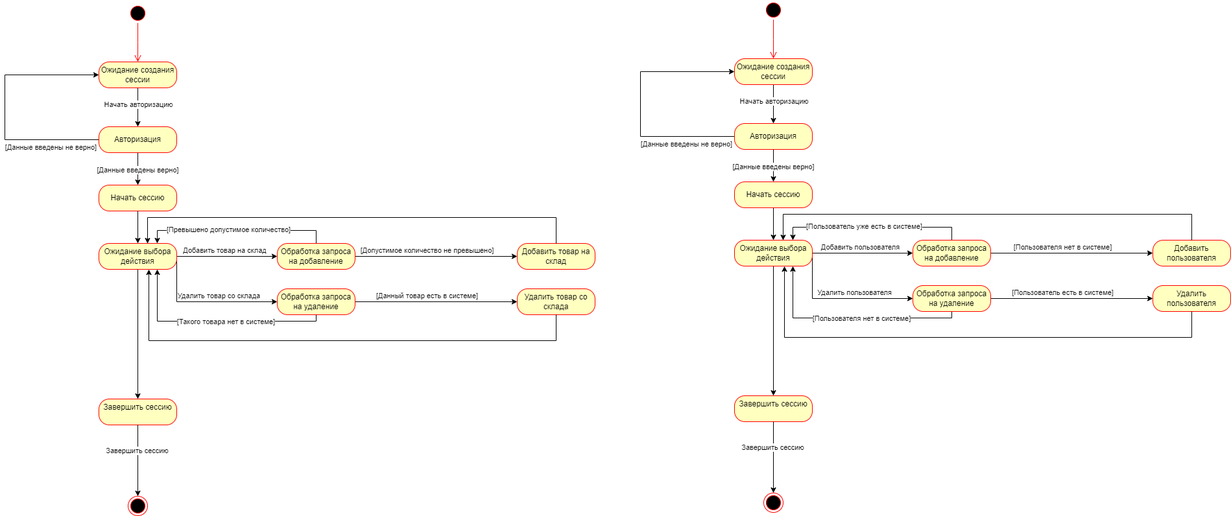
Above: lab03/auto-diagram.png in MstislavRomanovski/UML (draw.io), before the change. Source tidied: cells renumbered, new cells last; positions are measured from the earlier drawing's top-left corner, leaving out a move shared by most shapes.
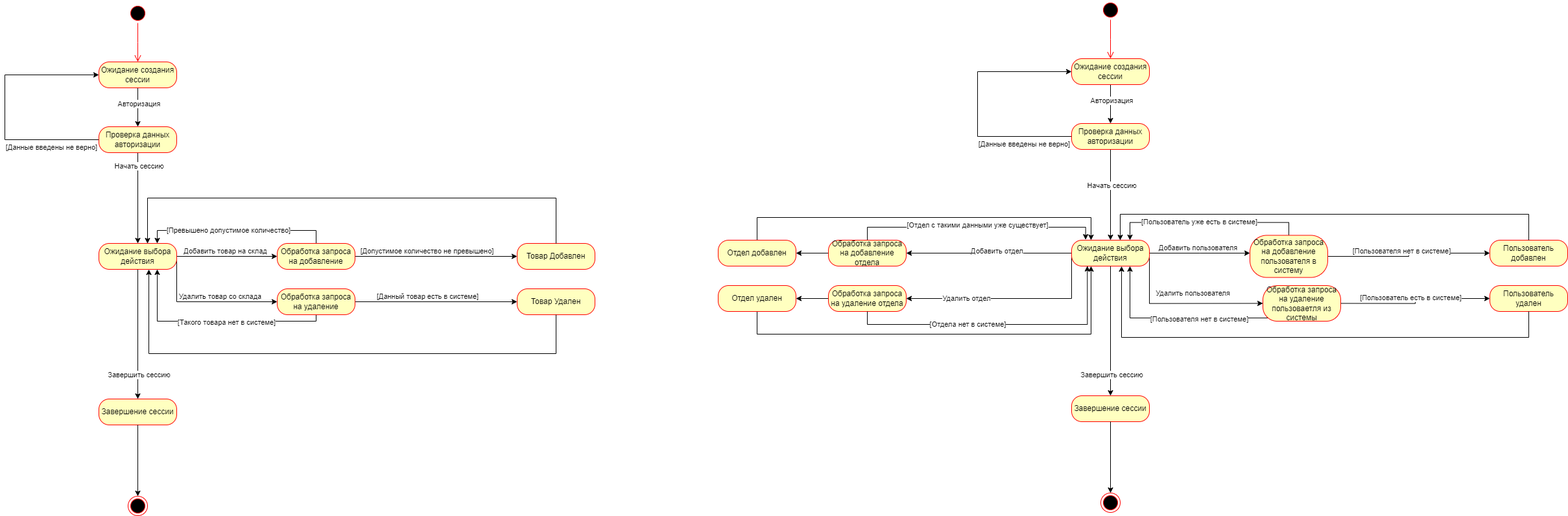
The same diagram one commit later.

Change to the diagram source:
```diff
@@ -18,3 +18,3 @@
     </mxCell>
-    <mxCell id="6" value="Начать авторизацию" style="edgeLabel;html=1;align=center;verticalAlign=middle;" parent="5" vertex="1">
+    <mxCell id="6" value="Авторизация" style="edgeLabel;html=1;align=center;verticalAlign=middle;" parent="5" vertex="1">
       <mxGeometry x="-0.17" relative="1" as="geometry" />
@@ -24,6 +24,6 @@
     </mxCell>
-    <mxCell id="8" value="Добавить товар на склад" style="rounded=1;whiteSpace=wrap;html=1;arcSize=40;fontColor=#000000;fillColor=#ffffc0;strokeColor=#ff0000;" parent="1" vertex="1">
+    <mxCell id="8" value="Товар Добавлен" style="rounded=1;whiteSpace=wrap;html=1;arcSize=40;fontColor=#000000;fillColor=#ffffc0;strokeColor=#ff0000;" parent="1" vertex="1">
       <mxGeometry x="790" y="375" width="120" height="40" as="geometry" />
     </mxCell>
-    <mxCell id="9" value="Удалить товар со склада" style="rounded=1;whiteSpace=wrap;html=1;arcSize=40;fontColor=#000000;fillColor=#ffffc0;strokeColor=#ff0000;" parent="1" vertex="1">
+    <mxCell id="9" value="Товар Удален" style="rounded=1;whiteSpace=wrap;html=1;arcSize=40;fontColor=#000000;fillColor=#ffffc0;strokeColor=#ff0000;" parent="1" vertex="1">
       <mxGeometry x="790" y="445" width="120" height="40" as="geometry" />
@@ -89,3 +89,3 @@
     </mxCell>
-    <mxCell id="24" value="Завершить сессию&lt;div&gt;&lt;br&gt;&lt;/div&gt;" style="rounded=1;whiteSpace=wrap;html=1;arcSize=40;fontColor=#000000;fillColor=#ffffc0;strokeColor=#ff0000;" parent="1" vertex="1">
+    <mxCell id="24" value="Завершение сессии" style="rounded=1;whiteSpace=wrap;html=1;arcSize=40;fontColor=#000000;fillColor=#ffffc0;strokeColor=#ff0000;" parent="1" vertex="1">
       <mxGeometry x="145" y="615" width="120" height="40" as="geometry" />
@@ -96,3 +96,5 @@
     <mxCell id="26" value="Завершить сессию" style="edgeLabel;html=1;align=center;verticalAlign=middle;" parent="25" vertex="1">
-      <mxGeometry x="-0.29" y="-2" relative="1" as="geometry" />
+      <mxGeometry x="-0.29" y="-2" relative="1" as="geometry">
+        <mxPoint x="2" y="-119" as="offset" />
+      </mxGeometry>
     </mxCell>
@@ -111,17 +113,13 @@
     </mxCell>
-    <mxCell id="29" style="edgeStyle=orthogonalEdgeStyle;rounded=0;jettySize=auto;html=1;exitX=0.5;exitY=1;exitDx=0;exitDy=0;" parent="1" edge="1" source="31" target="33">
+    <mxCell id="29" style="edgeStyle=orthogonalEdgeStyle;rounded=0;jettySize=auto;html=1;exitX=0.5;exitY=1;exitDx=0;exitDy=0;entryX=0.5;entryY=0;entryDx=0;entryDy=0;" parent="1" edge="1" source="31" target="14">
       <mxGeometry relative="1" as="geometry" />
     </mxCell>
-    <mxCell id="30" value="[Данные введены верно]" style="edgeLabel;html=1;align=center;verticalAlign=middle;" parent="29" vertex="1">
-      <mxGeometry x="0.05" y="-1" relative="1" as="geometry" />
+    <mxCell id="30" value="Начать сессию" style="edgeLabel;html=1;align=center;verticalAlign=middle;" parent="29" vertex="1">
+      <mxGeometry x="0.05" y="-1" relative="1" as="geometry">
+        <mxPoint x="1" y="-54" as="offset" />
+      </mxGeometry>
     </mxCell>
-    <mxCell id="31" value="Авторизация" style="rounded=1;whiteSpace=wrap;html=1;arcSize=40;fontColor=#000000;fillColor=#ffffc0;strokeColor=#ff0000;" parent="1" vertex="1">
+    <mxCell id="31" value="Проверка данных авторизации" style="rounded=1;whiteSpace=wrap;html=1;arcSize=40;fontColor=#000000;fillColor=#ffffc0;strokeColor=#ff0000;" parent="1" vertex="1">
       <mxGeometry x="145" y="195" width="120" height="40" as="geometry" />
     </mxCell>
-    <mxCell id="32" style="edgeStyle=orthogonalEdgeStyle;rounded=0;jettySize=auto;html=1;exitX=0.5;exitY=1;exitDx=0;exitDy=0;" parent="1" edge="1" source="33" target="14">
-      <mxGeometry relative="1" as="geometry" />
-    </mxCell>
-    <mxCell id="33" value="Начать сессию" style="rounded=1;whiteSpace=wrap;html=1;arcSize=40;fontColor=#000000;fillColor=#ffffc0;strokeColor=#ff0000;" parent="1" vertex="1">
-      <mxGeometry x="145" y="285" width="120" height="40" as="geometry" />
-    </mxCell>
     <mxCell id="34" value="Удалить товар со склада" style="edgeLabel;html=1;align=center;verticalAlign=middle;" parent="1" vertex="1">
@@ -132,4 +130,4 @@
         <Array as="points">
-          <mxPoint x="850" y="335" />
-          <mxPoint x="220" y="335" />
+          <mxPoint x="850" y="305" />
+          <mxPoint x="220" y="305" />
         </Array>
@@ -140,4 +138,4 @@
         <Array as="points">
-          <mxPoint x="850" y="525" />
-          <mxPoint x="222" y="525" />
+          <mxPoint x="850" y="545" />
+          <mxPoint x="222" y="545" />
         </Array>
@@ -149,6 +147,6 @@
     <mxCell id="38" style="ellipse;html=1;shape=endState;fillColor=#000000;strokeColor=#ff0000;" parent="1" vertex="1">
-      <mxGeometry x="1170" y="760" width="30" height="30" as="geometry" />
+      <mxGeometry x="1690" y="760" width="30" height="30" as="geometry" />
     </mxCell>
     <mxCell id="39" style="ellipse;html=1;shape=startState;fillColor=#000000;strokeColor=#ff0000;" parent="1" vertex="1">
-      <mxGeometry x="1170" width="30" height="30" as="geometry" />
+      <mxGeometry x="1690" width="30" height="30" as="geometry" />
     </mxCell>
@@ -156,3 +154,3 @@
       <mxGeometry relative="1" as="geometry">
-        <mxPoint x="1185" y="90" as="targetPoint" />
+        <mxPoint x="1705" y="90" as="targetPoint" />
       </mxGeometry>
@@ -162,3 +160,3 @@
     </mxCell>
-    <mxCell id="42" value="Начать авторизацию" style="edgeLabel;html=1;align=center;verticalAlign=middle;" parent="41" vertex="1">
+    <mxCell id="42" value="Авторизация" style="edgeLabel;html=1;align=center;verticalAlign=middle;" parent="41" vertex="1">
       <mxGeometry x="-0.17" relative="1" as="geometry" />
@@ -166,9 +164,9 @@
     <mxCell id="43" value="Ожидание создания сессии" style="rounded=1;whiteSpace=wrap;html=1;arcSize=40;fontColor=#000000;fillColor=#ffffc0;strokeColor=#ff0000;" parent="1" vertex="1">
-      <mxGeometry x="1125" y="90" width="120" height="40" as="geometry" />
+      <mxGeometry x="1645" y="90" width="120" height="40" as="geometry" />
     </mxCell>
-    <mxCell id="44" value="Добавить пользователя" style="rounded=1;whiteSpace=wrap;html=1;arcSize=40;fontColor=#000000;fillColor=#ffffc0;strokeColor=#ff0000;" parent="1" vertex="1">
-      <mxGeometry x="1770" y="370" width="120" height="40" as="geometry" />
+    <mxCell id="44" value="Пользователь добавлен" style="rounded=1;whiteSpace=wrap;html=1;arcSize=40;fontColor=#000000;fillColor=#ffffc0;strokeColor=#ff0000;" parent="1" vertex="1">
+      <mxGeometry x="2290" y="370" width="120" height="40" as="geometry" />
     </mxCell>
-    <mxCell id="45" value="Удалить пользователя" style="rounded=1;whiteSpace=wrap;html=1;arcSize=40;fontColor=#000000;fillColor=#ffffc0;strokeColor=#ff0000;" parent="1" vertex="1">
-      <mxGeometry x="1770" y="440" width="120" height="40" as="geometry" />
+    <mxCell id="45" value="Пользователь удален" style="rounded=1;whiteSpace=wrap;html=1;arcSize=40;fontColor=#000000;fillColor=#ffffc0;strokeColor=#ff0000;" parent="1" vertex="1">
+      <mxGeometry x="2290" y="440" width="120" height="40" as="geometry" />
     </mxCell>
@@ -176,3 +174,3 @@
       <mxGeometry relative="1" as="geometry">
-        <mxPoint x="1400" y="390" as="targetPoint" />
+        <mxPoint x="1920" y="390" as="targetPoint" />
       </mxGeometry>
@@ -187,3 +185,3 @@
         <Array as="points">
-          <mxPoint x="1245" y="460" />
+          <mxPoint x="1765" y="468" />
         </Array>
@@ -194,4 +192,20 @@
     </mxCell>
+    <mxCell id="74" style="edgeStyle=orthogonalEdgeStyle;rounded=0;jettySize=auto;html=1;exitX=0;exitY=0.5;exitDx=0;exitDy=0;entryX=1;entryY=0.5;entryDx=0;entryDy=0;" parent="1" edge="1" source="50" target="82">
+      <mxGeometry relative="1" as="geometry" />
+    </mxCell>
+    <mxCell id="75" value="Добавить отдел" style="edgeLabel;html=1;align=center;verticalAlign=middle;" parent="74" vertex="1">
+      <mxGeometry x="-0.08" y="-5" relative="1" as="geometry" />
+    </mxCell>
+    <mxCell id="76" style="edgeStyle=orthogonalEdgeStyle;rounded=0;jettySize=auto;html=1;exitX=0;exitY=0.5;exitDx=0;exitDy=0;entryX=1;entryY=0.5;entryDx=0;entryDy=0;" parent="1" edge="1" source="50" target="84">
+      <mxGeometry relative="1" as="geometry">
+        <Array as="points">
+          <mxPoint x="1645" y="460" />
+        </Array>
+      </mxGeometry>
+    </mxCell>
+    <mxCell id="77" value="Удалить отдел" style="edgeLabel;html=1;align=center;verticalAlign=middle;" parent="76" vertex="1">
+      <mxGeometry x="0.44" y="-2" relative="1" as="geometry" />
+    </mxCell>
     <mxCell id="50" value="Ожидание выбора действия" style="rounded=1;whiteSpace=wrap;html=1;arcSize=40;fontColor=#000000;fillColor=#ffffc0;strokeColor=#ff0000;" parent="1" vertex="1">
-      <mxGeometry x="1125" y="370" width="120" height="40" as="geometry" />
+      <mxGeometry x="1645" y="370" width="120" height="40" as="geometry" />
     </mxCell>
@@ -200,4 +214,4 @@
         <Array as="points">
-          <mxPoint x="1460" y="490" />
-          <mxPoint x="1215" y="490" />
+          <mxPoint x="1980" y="490" />
+          <mxPoint x="1735" y="490" />
         </Array>
@@ -213,4 +227,4 @@
     </mxCell>
-    <mxCell id="54" value="Обработка запроса на удаление" style="rounded=1;whiteSpace=wrap;html=1;arcSize=40;fontColor=#000000;fillColor=#ffffc0;strokeColor=#ff0000;" parent="1" vertex="1">
-      <mxGeometry x="1400" y="440" width="120" height="40" as="geometry" />
+    <mxCell id="54" value="Обработка запроса на удаление пользоваетля из системы" style="rounded=1;whiteSpace=wrap;html=1;arcSize=40;fontColor=#000000;fillColor=#ffffc0;strokeColor=#ff0000;" parent="1" vertex="1">
+      <mxGeometry x="1940" y="440" width="120" height="55" as="geometry" />
     </mxCell>
@@ -230,7 +244,7 @@
     </mxCell>
-    <mxCell id="59" value="Обработка запроса на добавление" style="rounded=1;whiteSpace=wrap;html=1;arcSize=40;fontColor=#000000;fillColor=#ffffc0;strokeColor=#ff0000;" parent="1" vertex="1">
-      <mxGeometry x="1400" y="370" width="120" height="40" as="geometry" />
+    <mxCell id="59" value="Обработка запроса на добавление пользователя в систему" style="rounded=1;whiteSpace=wrap;html=1;arcSize=40;fontColor=#000000;fillColor=#ffffc0;strokeColor=#ff0000;" parent="1" vertex="1">
+      <mxGeometry x="1920" y="362.5" width="120" height="65" as="geometry" />
     </mxCell>
-    <mxCell id="60" value="Завершить сессию&lt;div&gt;&lt;br&gt;&lt;/div&gt;" style="rounded=1;whiteSpace=wrap;html=1;arcSize=40;fontColor=#000000;fillColor=#ffffc0;strokeColor=#ff0000;" parent="1" vertex="1">
-      <mxGeometry x="1125" y="610" width="120" height="40" as="geometry" />
+    <mxCell id="60" value="&lt;div&gt;Завершение сессии&lt;/div&gt;" style="rounded=1;whiteSpace=wrap;html=1;arcSize=40;fontColor=#000000;fillColor=#ffffc0;strokeColor=#ff0000;" parent="1" vertex="1">
+      <mxGeometry x="1645" y="610" width="120" height="40" as="geometry" />
     </mxCell>
@@ -240,3 +254,5 @@
     <mxCell id="62" value="Завершить сессию" style="edgeLabel;html=1;align=center;verticalAlign=middle;" parent="61" vertex="1">
-      <mxGeometry x="-0.29" y="-2" relative="1" as="geometry" />
+      <mxGeometry x="-0.29" y="-2" relative="1" as="geometry">
+        <mxPoint x="2" y="-114" as="offset" />
+      </mxGeometry>
     </mxCell>
@@ -245,4 +261,4 @@
         <Array as="points">
-          <mxPoint x="980" y="210" />
-          <mxPoint x="980" y="110" />
+          <mxPoint x="1500" y="210" />
+          <mxPoint x="1500" y="110" />
         </Array>
@@ -255,19 +271,15 @@
     </mxCell>
-    <mxCell id="65" style="edgeStyle=orthogonalEdgeStyle;rounded=0;jettySize=auto;html=1;exitX=0.5;exitY=1;exitDx=0;exitDy=0;" parent="1" edge="1" source="67" target="69">
+    <mxCell id="65" style="edgeStyle=orthogonalEdgeStyle;rounded=0;jettySize=auto;html=1;exitX=0.5;exitY=1;exitDx=0;exitDy=0;entryX=0.5;entryY=0;entryDx=0;entryDy=0;" parent="1" edge="1" source="67" target="50">
       <mxGeometry relative="1" as="geometry" />
     </mxCell>
-    <mxCell id="66" value="[Данные введены верно]" style="edgeLabel;html=1;align=center;verticalAlign=middle;" parent="65" vertex="1">
-      <mxGeometry x="0.05" y="-1" relative="1" as="geometry" />
-    </mxCell>
+    <mxCell id="78" value="Начать сессию" style="edgeLabel;html=1;align=center;verticalAlign=middle;" parent="65" vertex="1">
+      <mxGeometry x="-0.22" relative="1" as="geometry">
+        <mxPoint y="1" as="offset" />
+      </mxGeometry>
+    </mxCell>
-    <mxCell id="67" value="Авторизация" style="rounded=1;whiteSpace=wrap;html=1;arcSize=40;fontColor=#000000;fillColor=#ffffc0;strokeColor=#ff0000;" parent="1" vertex="1">
-      <mxGeometry x="1125" y="190" width="120" height="40" as="geometry" />
+    <mxCell id="67" value="Проверка данных авторизации" style="rounded=1;whiteSpace=wrap;html=1;arcSize=40;fontColor=#000000;fillColor=#ffffc0;strokeColor=#ff0000;" parent="1" vertex="1">
+      <mxGeometry x="1645" y="190" width="120" height="40" as="geometry" />
     </mxCell>
-    <mxCell id="68" style="edgeStyle=orthogonalEdgeStyle;rounded=0;jettySize=auto;html=1;exitX=0.5;exitY=1;exitDx=0;exitDy=0;" parent="1" edge="1" source="69" target="50">
-      <mxGeometry relative="1" as="geometry" />
-    </mxCell>
-    <mxCell id="69" value="Начать сессию" style="rounded=1;whiteSpace=wrap;html=1;arcSize=40;fontColor=#000000;fillColor=#ffffc0;strokeColor=#ff0000;" parent="1" vertex="1">
-      <mxGeometry x="1125" y="280" width="120" height="40" as="geometry" />
-    </mxCell>
     <mxCell id="70" value="Удалить пользователя" style="edgeLabel;html=1;align=center;verticalAlign=middle;" parent="1" vertex="1">
-      <mxGeometry x="1310" y="450" as="geometry" />
+      <mxGeometry x="1830" y="450" as="geometry" />
     </mxCell>
@@ -276,4 +288,4 @@
         <Array as="points">
-          <mxPoint x="1830" y="330" />
-          <mxPoint x="1200" y="330" />
+          <mxPoint x="2350" y="330" />
+          <mxPoint x="1720" y="330" />
         </Array>
@@ -284,4 +296,4 @@
         <Array as="points">
-          <mxPoint x="1830" y="520" />
-          <mxPoint x="1202" y="520" />
+          <mxPoint x="2350" y="520" />
+          <mxPoint x="1722" y="520" />
         </Array>
@@ -290,4 +302,52 @@
     <mxCell id="73" value="[Пользователя нет в системе]" style="edgeLabel;html=1;align=center;verticalAlign=middle;" parent="1" vertex="1">
-      <mxGeometry x="1320" y="490" as="geometry" />
+      <mxGeometry x="1840" y="490" as="geometry" />
     </mxCell>
+    <mxCell id="79" style="edgeStyle=orthogonalEdgeStyle;rounded=0;jettySize=auto;html=1;exitX=0.5;exitY=0;exitDx=0;exitDy=0;entryX=0.18;entryY=-0.02;entryDx=0;entryDy=0;entryPerimeter=0;" parent="1" edge="1" source="82" target="50">
+      <mxGeometry relative="1" as="geometry" />
+    </mxCell>
+    <mxCell id="80" value="[Отдел с такими данными уже существует]" style="edgeLabel;html=1;align=center;verticalAlign=middle;" parent="79" vertex="1">
+      <mxGeometry x="-0.07" y="2" relative="1" as="geometry">
+        <mxPoint x="15" y="-3" as="offset" />
+      </mxGeometry>
+    </mxCell>
+    <mxCell id="81" style="edgeStyle=orthogonalEdgeStyle;rounded=0;jettySize=auto;html=1;exitX=0;exitY=0.5;exitDx=0;exitDy=0;entryX=1;entryY=0.5;entryDx=0;entryDy=0;" parent="1" edge="1" source="82" target="88">
+      <mxGeometry relative="1" as="geometry" />
+    </mxCell>
+    <mxCell id="82" value="Обработка запроса на добавление отдела" style="rounded=1;whiteSpace=wrap;html=1;arcSize=40;fontColor=#000000;fillColor=#ffffc0;strokeColor=#ff0000;" parent="1" vertex="1">
+      <mxGeometry x="1270" y="370" width="120" height="40" as="geometry" />
+    </mxCell>
+    <mxCell id="83" style="edgeStyle=orthogonalEdgeStyle;rounded=0;jettySize=auto;html=1;exitX=0;exitY=0.5;exitDx=0;exitDy=0;entryX=1;entryY=0.5;entryDx=0;entryDy=0;" parent="1" edge="1" source="84" target="90">
+      <mxGeometry relative="1" as="geometry" />
+    </mxCell>
+    <mxCell id="84" value="Обработка запроса на удаление отдела" style="rounded=1;whiteSpace=wrap;html=1;arcSize=40;fontColor=#000000;fillColor=#ffffc0;strokeColor=#ff0000;" parent="1" vertex="1">
+      <mxGeometry x="1270" y="440" width="120" height="40" as="geometry" />
+    </mxCell>
+    <mxCell id="85" style="edgeStyle=orthogonalEdgeStyle;rounded=0;jettySize=auto;html=1;exitX=0.5;exitY=1;exitDx=0;exitDy=0;entryX=0.202;entryY=0.993;entryDx=0;entryDy=0;entryPerimeter=0;" parent="1" edge="1" source="84" target="50">
+      <mxGeometry relative="1" as="geometry" />
+    </mxCell>
+    <mxCell id="86" value="[Отдела нет в системе]" style="edgeLabel;html=1;align=center;verticalAlign=middle;" parent="85" vertex="1">
+      <mxGeometry x="-0.23" y="2" relative="1" as="geometry" />
+    </mxCell>
+    <mxCell id="87" style="edgeStyle=orthogonalEdgeStyle;rounded=0;jettySize=auto;html=1;exitX=0.5;exitY=0;exitDx=0;exitDy=0;entryX=0.25;entryY=0;entryDx=0;entryDy=0;" parent="1" edge="1" source="88" target="50">
+      <mxGeometry relative="1" as="geometry">
+        <Array as="points">
+          <mxPoint x="1160" y="335" />
+          <mxPoint x="1675" y="335" />
+        </Array>
+      </mxGeometry>
+    </mxCell>
+    <mxCell id="88" value="Отдел добавлен" style="rounded=1;whiteSpace=wrap;html=1;arcSize=40;fontColor=#000000;fillColor=#ffffc0;strokeColor=#ff0000;" parent="1" vertex="1">
+      <mxGeometry x="1100" y="370" width="120" height="40" as="geometry" />
+    </mxCell>
+    <mxCell id="89" style="edgeStyle=orthogonalEdgeStyle;rounded=0;jettySize=auto;html=1;exitX=0.5;exitY=1;exitDx=0;exitDy=0;entryX=0.25;entryY=1;entryDx=0;entryDy=0;" parent="1" edge="1" source="90" target="50">
+      <mxGeometry relative="1" as="geometry">
+        <Array as="points">
+          <mxPoint x="1160" y="515" />
+          <mxPoint x="1675" y="515" />
+        </Array>
+      </mxGeometry>
+    </mxCell>
+    <mxCell id="90" value="Отдел удален" style="rounded=1;whiteSpace=wrap;html=1;arcSize=40;fontColor=#000000;fillColor=#ffffc0;strokeColor=#ff0000;" parent="1" vertex="1">
+      <mxGeometry x="1100" y="440" width="120" height="40" as="geometry" />
+    </mxCell>
   </root>
```
